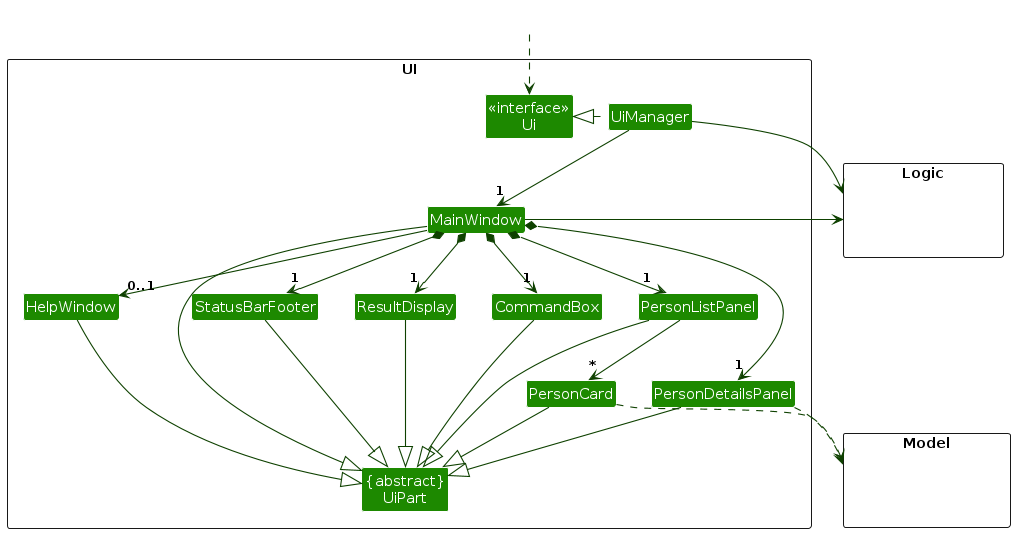
AY2526S2-CS2103T-T15-4/tp keeps this PlantUML diagram as diagrams/UiClassDiagram.png. Above is the earlier version. Its source is kept beside it as diagrams/UiClassDiagram.puml. Source of this version:
```plantuml
@startuml
!include style.puml
skinparam arrowThickness 1.1
skinparam arrowColor UI_COLOR_T4
skinparam classBackgroundColor UI_COLOR

package UI <<Rectangle>>{
Class "<<interface>>\nUi" as Ui
Class "{abstract}\nUiPart" as UiPart
Class UiManager
Class MainWindow
Class HelpWindow
Class ResultDisplay
Class PersonListPanel
Class PersonCard
Class StatusBarFooter
Class CommandBox
Class PersonDetailsPanel
}

package Model <<Rectangle>> {
Class HiddenModel #FFFFFF
}

package Logic <<Rectangle>> {
Class HiddenLogic #FFFFFF
}

Class HiddenOutside #FFFFFF
HiddenOutside ..> Ui

UiManager .left.|> Ui
UiManager -down-> "1" MainWindow
MainWindow *-down->  "1" CommandBox
MainWindow *-down-> "1" ResultDisplay
MainWindow *-down-> "1" PersonListPanel
MainWindow *-down-> "1" StatusBarFooter
MainWindow *-down-> "1" PersonDetailsPanel
MainWindow --> "0..1" HelpWindow

PersonListPanel -down-> "*" PersonCard

MainWindow -left-|> UiPart

ResultDisplay --|> UiPart
CommandBox --|> UiPart
PersonListPanel --|> UiPart
PersonCard --|> UiPart
StatusBarFooter --|> UiPart
HelpWindow --|> UiPart
PersonDetailsPanel --|> UiPart

PersonCard ..> Model
PersonDetailsPanel ..> Model
UiManager -right-> Logic
MainWindow -left-> Logic

PersonListPanel -[hidden]left- HelpWindow
HelpWindow -[hidden]left- CommandBox
CommandBox -[hidden]left- ResultDisplay
ResultDisplay -[hidden]left- StatusBarFooter

MainWindow -[hidden]-|> UiPart
@enduml
```
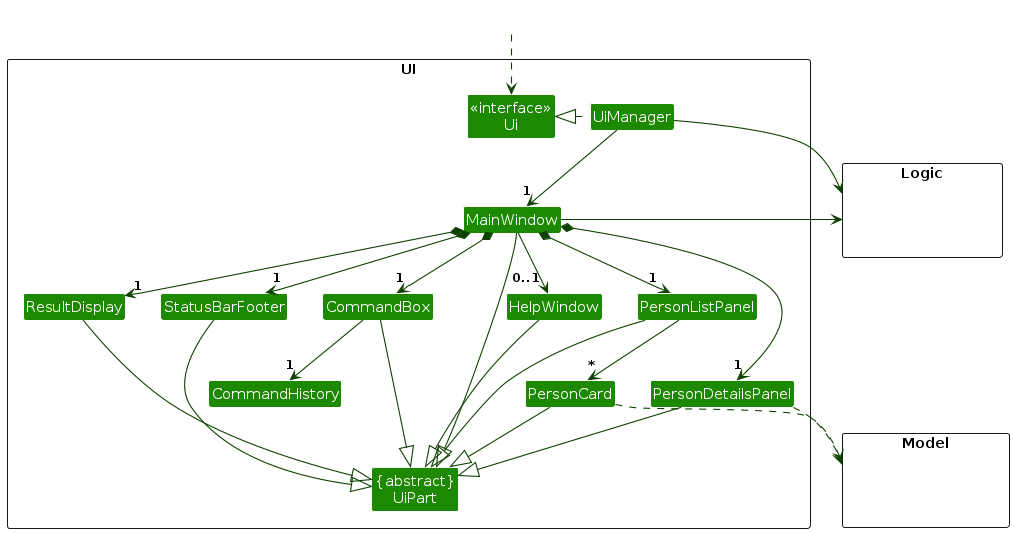
The same diagram one commit later.

What changed in the source:
```diff
@@ -15,6 +15,7 @@
 Class PersonCard
 Class StatusBarFooter
 Class CommandBox
+Class CommandHistory
 Class PersonDetailsPanel
 }
 
@@ -39,6 +40,7 @@
 MainWindow --> "0..1" HelpWindow
 
 PersonListPanel -down-> "*" PersonCard
+CommandBox -down-> "1" CommandHistory
 
 MainWindow -left-|> UiPart
 
```
